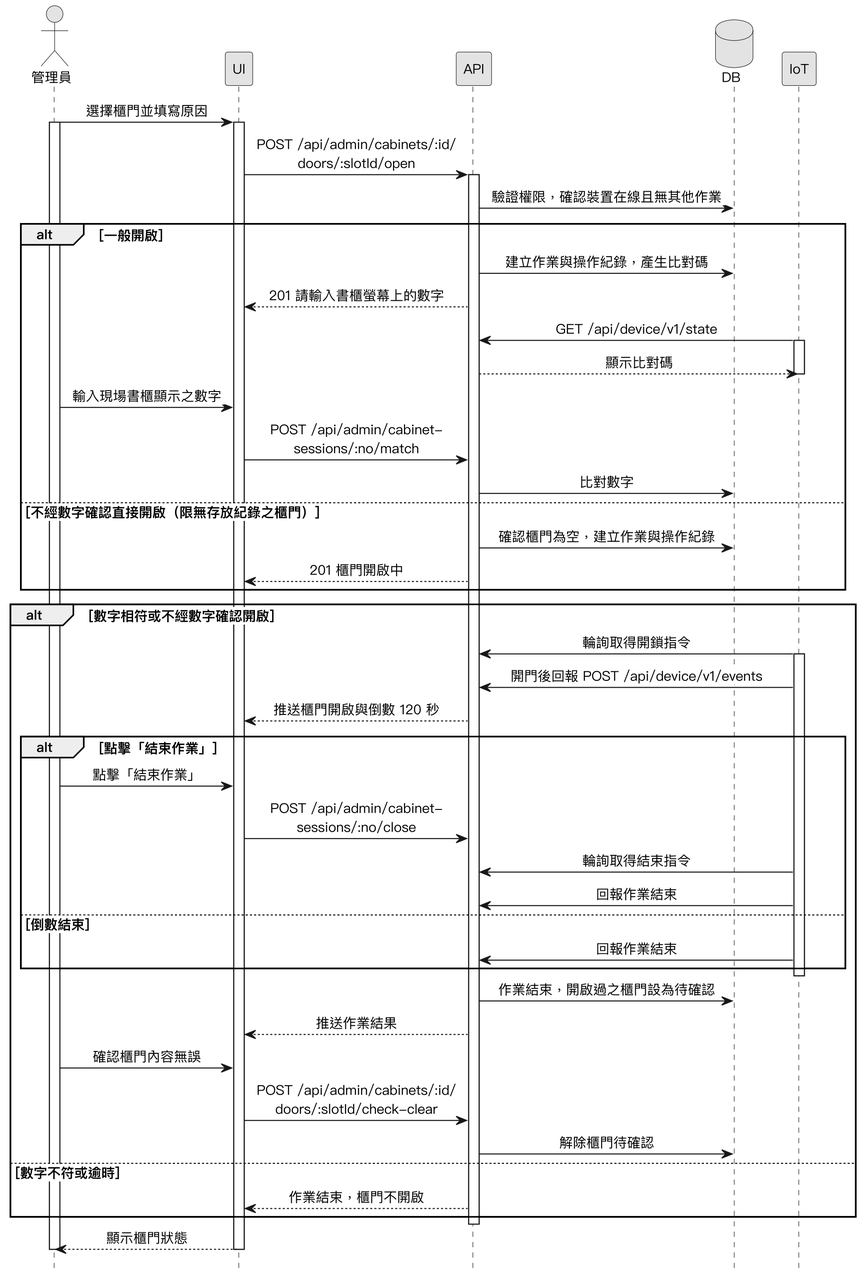
Earlier version of the PlantUML export Diagrams/Sequence Diagrams/v3/seq_cabinet_admin_open.png (SaveMyBook/SaveMyBook). The source it was exported from:
```plantuml
@startuml
skinparam monochrome true
skinparam shadowing false
skinparam dpi 220
skinparam defaultFontName "PingFang TC"
skinparam defaultFontSize 13
skinparam sequenceMessageAlign center
skinparam ParticipantPadding 18
hide footbox

actor 管理員
participant UI
participant API
database DB
participant IoT

管理員 -> UI : 選擇櫃門並填寫原因
activate 管理員
activate UI
UI -> API : POST /api/admin/cabinets/:id/\ndoors/:slotId/open
activate API
API -> DB : 驗證權限，確認裝置在線且無其他作業
alt 一般開啟
  API -> DB : 建立作業與操作紀錄，產生比對碼
  API --> UI : 201 請輸入書櫃螢幕上的數字
  IoT -> API : GET /api/device/v1/state
  activate IoT
  API --> IoT : 顯示比對碼
  deactivate IoT
  管理員 -> UI : 輸入現場書櫃顯示之數字
  UI -> API : POST /api/admin/cabinet-\nsessions/:no/match
  API -> DB : 比對數字
else 不經數字確認直接開啟（限無存放紀錄之櫃門）
  API -> DB : 確認櫃門為空，建立作業與操作紀錄
  API --> UI : 201 櫃門開啟中
end
alt 數字相符或不經數字確認開啟
  IoT -> API : 輪詢取得開鎖指令
  activate IoT
  IoT -> API : 開門後回報 POST /api/device/v1/events
  API --> UI : 推送櫃門開啟與倒數 120 秒
  alt 點擊「結束作業」
    管理員 -> UI : 點擊「結束作業」
    UI -> API : POST /api/admin/cabinet-\nsessions/:no/close
    IoT -> API : 輪詢取得結束指令
    IoT -> API : 回報作業結束
  else 倒數結束
    IoT -> API : 回報作業結束
  end
  deactivate IoT
  API -> DB : 作業結束，開啟過之櫃門設為待確認
  API --> UI : 推送作業結果
  管理員 -> UI : 確認櫃門內容無誤
  UI -> API : POST /api/admin/cabinets/:id/\ndoors/:slotId/check-clear
  API -> DB : 解除櫃門待確認
else 數字不符或逾時
  API --> UI : 作業結束，櫃門不開啟
end
deactivate API
UI --> 管理員 : 顯示櫃門狀態
deactivate UI
deactivate 管理員
@enduml
```
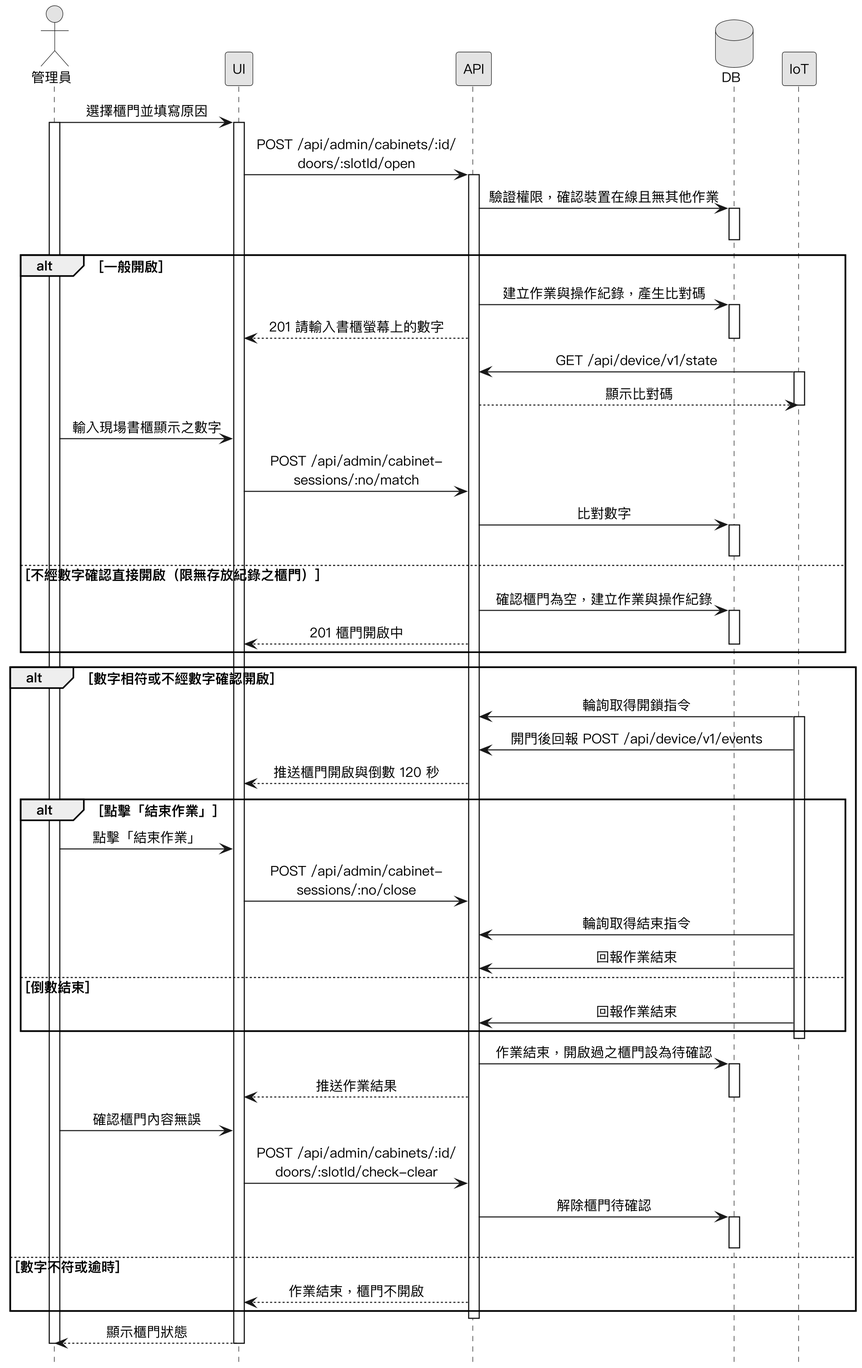
Above is the later version.

The edit, as a diff of the source:
```diff
@@ -19,20 +19,26 @@
 activate UI
 UI -> API : POST /api/admin/cabinets/:id/\ndoors/:slotId/open
 activate API
-API -> DB : 驗證權限，確認裝置在線且無其他作業
+API -> DB ++ : 驗證權限，確認裝置在線且無其他作業
+deactivate DB
 alt 一般開啟
   API -> DB : 建立作業與操作紀錄，產生比對碼
+  activate DB
   API --> UI : 201 請輸入書櫃螢幕上的數字
+  deactivate DB
   IoT -> API : GET /api/device/v1/state
   activate IoT
   API --> IoT : 顯示比對碼
   deactivate IoT
   管理員 -> UI : 輸入現場書櫃顯示之數字
   UI -> API : POST /api/admin/cabinet-\nsessions/:no/match
-  API -> DB : 比對數字
+  API -> DB ++ : 比對數字
+  deactivate DB
 else 不經數字確認直接開啟（限無存放紀錄之櫃門）
   API -> DB : 確認櫃門為空，建立作業與操作紀錄
+  activate DB
   API --> UI : 201 櫃門開啟中
+  deactivate DB
 end
 alt 數字相符或不經數字確認開啟
   IoT -> API : 輪詢取得開鎖指令
@@ -49,10 +55,13 @@
   end
   deactivate IoT
   API -> DB : 作業結束，開啟過之櫃門設為待確認
+  activate DB
   API --> UI : 推送作業結果
+  deactivate DB
   管理員 -> UI : 確認櫃門內容無誤
   UI -> API : POST /api/admin/cabinets/:id/\ndoors/:slotId/check-clear
-  API -> DB : 解除櫃門待確認
+  API -> DB ++ : 解除櫃門待確認
+  deactivate DB
 else 數字不符或逾時
   API --> UI : 作業結束，櫃門不開啟
 end
```
